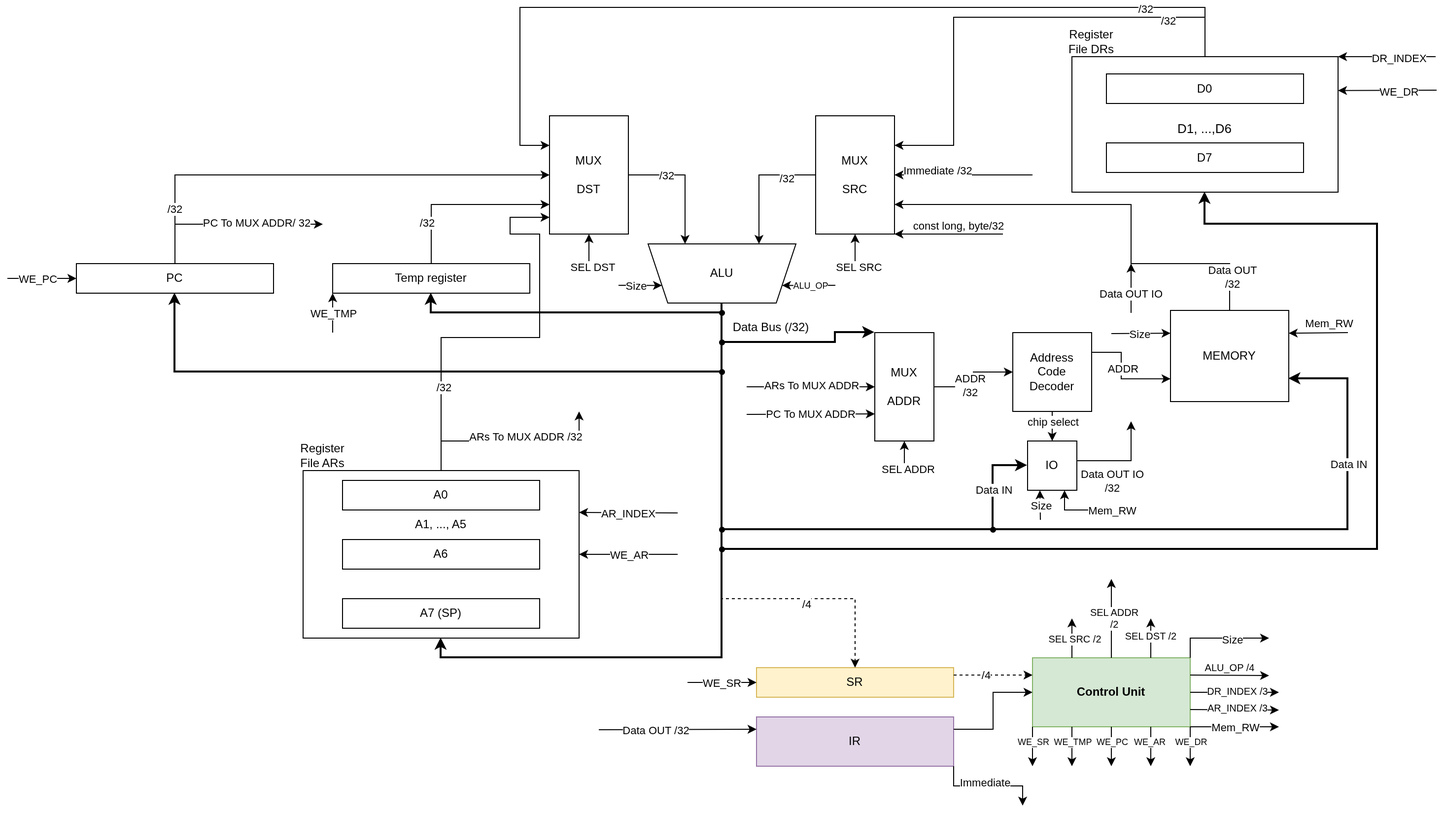
Earlier version of the draw.io export scheme.png (gberdyshev/csa-scheme). Source tidied: cells renumbered, new cells last; positions are measured from the earlier drawing's top-left corner, leaving out a move shared by most shapes.
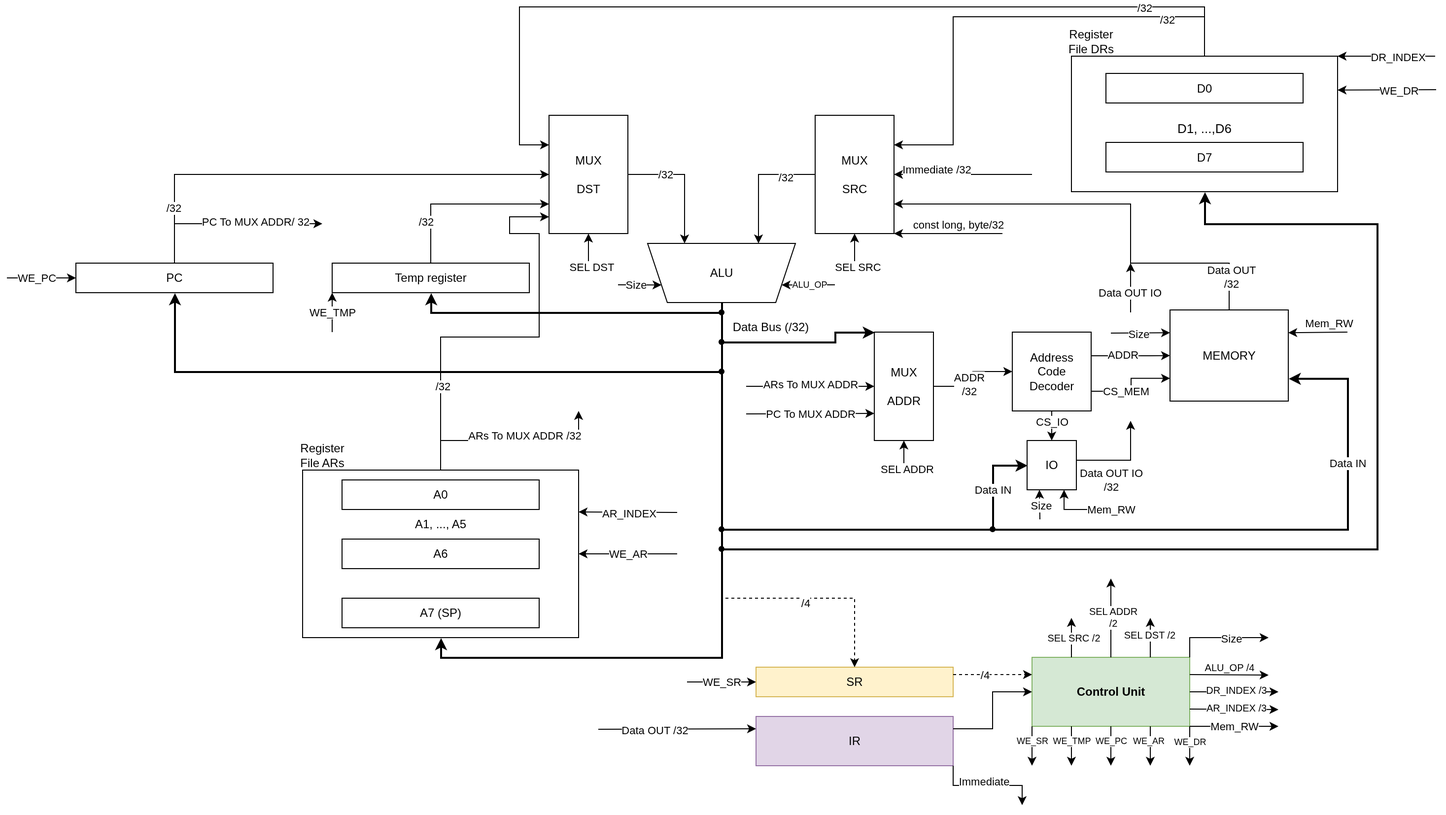
The same file after the commit.

Commit message:
(feat): add chip select IO and CS_MEM

Change to the diagram source:
```diff
@@ -525,11 +525,11 @@
     <mxCell id="115" value="Address&lt;br&gt;Code&lt;br&gt;Decoder" style="whiteSpace=wrap;html=1;" parent="1" vertex="1">
       <mxGeometry x="1020" y="330" width="80" height="80" as="geometry" />
     </mxCell>
-    <mxCell id="116" style="endArrow=classic;html=1;rounded=0;exitX=1;exitY=0.25;exitDx=0;exitDy=0;entryX=0;entryY=0.75;entryDx=0;entryDy=0;edgeStyle=orthogonalEdgeStyle;" parent="1" edge="1" source="115" target="133">
+    <mxCell id="116" style="endArrow=classic;html=1;rounded=0;exitX=1;exitY=0.25;exitDx=0;exitDy=0;entryX=0;entryY=0.5;entryDx=0;entryDy=0;edgeStyle=orthogonalEdgeStyle;" parent="1" edge="1" source="115" target="133">
       <mxGeometry relative="1" as="geometry">
         <Array as="points">
-          <mxPoint x="1130" y="350" />
-          <mxPoint x="1130" y="377" />
+          <mxPoint x="1100" y="354" />
+          <mxPoint x="1160" y="354" />
         </Array>
       </mxGeometry>
     </mxCell>
@@ -539,7 +539,7 @@
     <mxCell id="118" style="endArrow=classic;html=1;rounded=0;exitX=0.5;exitY=1;exitDx=0;exitDy=0;entryX=0.5;entryY=0;entryDx=0;entryDy=0;" parent="1" edge="1" source="115" target="120">
       <mxGeometry relative="1" as="geometry" />
     </mxCell>
-    <mxCell id="119" value="chip select" style="edgeLabel;html=1;align=center;verticalAlign=middle;" parent="118" vertex="1">
+    <mxCell id="119" value="CS_IO" style="edgeLabel;html=1;align=center;verticalAlign=middle;" parent="118" vertex="1">
       <mxGeometry x="-0.3" relative="1" as="geometry" />
     </mxCell>
     <mxCell id="120" value="IO" style="whiteSpace=wrap;html=1;" parent="1" vertex="1">
@@ -645,5 +645,13 @@
     <mxCell id="145" style="shape=waypoint;sketch=0;fillStyle=solid;size=6;points=[];fillColor=none;perimeter=centerPerimeter;snapToPoint=1;" parent="1" vertex="1">
       <mxGeometry x="990" y="520" width="20" height="20" as="geometry" />
     </mxCell>
+    <mxCell id="146" style="endArrow=classic;html=1;rounded=0;entryX=0;entryY=0.75;entryDx=0;entryDy=0;edgeStyle=orthogonalEdgeStyle;" parent="1" edge="1" target="133">
+      <mxGeometry relative="1" as="geometry">
+        <mxPoint x="1100" y="390" as="sourcePoint" />
+      </mxGeometry>
+    </mxCell>
+    <mxCell id="147" value="CS_MEM" style="edgeLabel;html=1;align=center;verticalAlign=middle;" parent="146" vertex="1">
+      <mxGeometry x="-0.25" relative="1" as="geometry" />
+    </mxCell>
   </root>
 </mxGraphModel>
```
